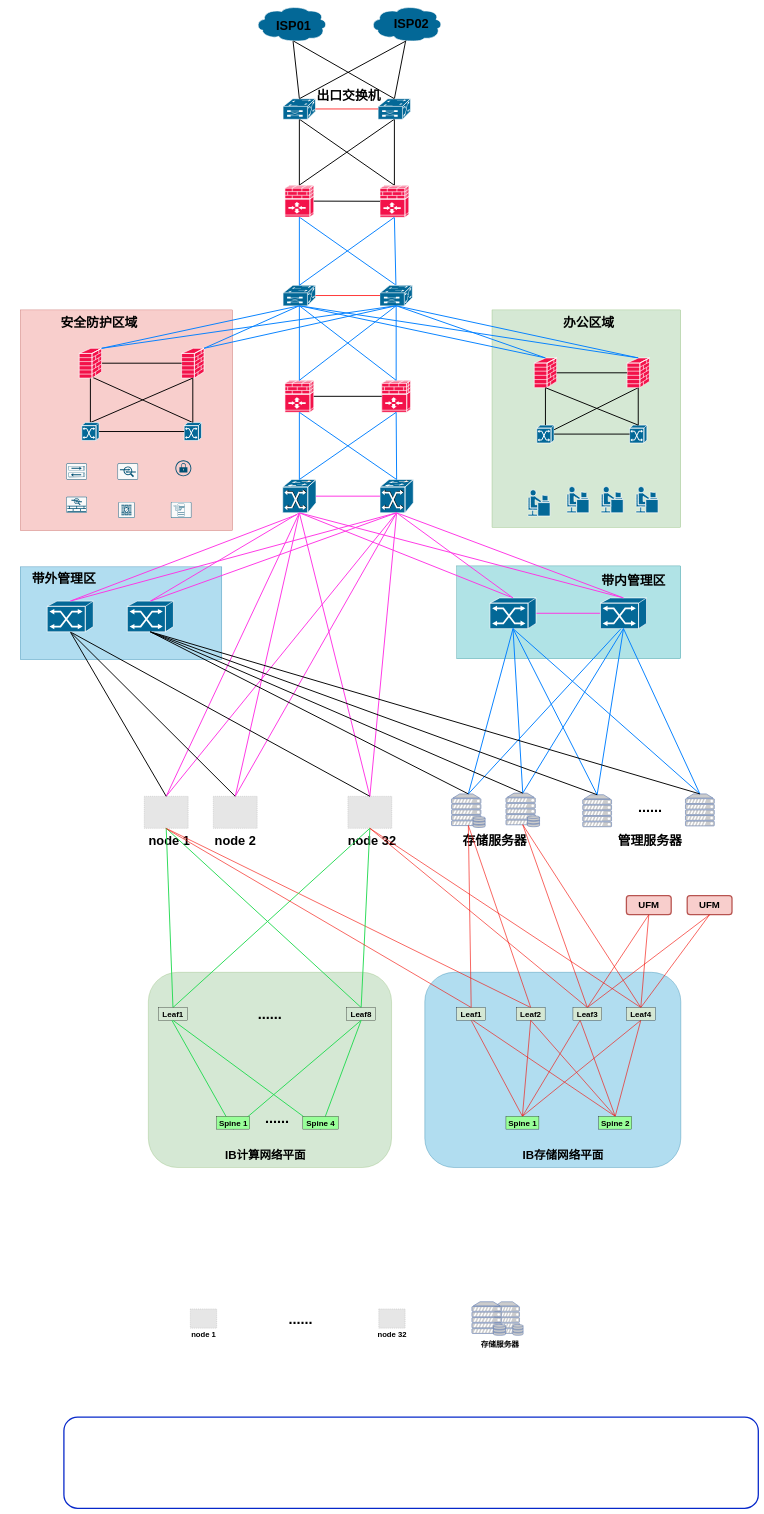
Before: 数据中心组网-32nodes-包括IB整体组网 的副本.drawio in hel-2000/network-draw, a draw.io diagram. Source tidied: cells renumbered, new cells numbered last; positions are measured from the earlier drawing's top-left corner, leaving out a move shared by most shapes. Both pictures are drawn from the tidied source at 32%, with x=0, y=0 at pixel (5, 6). Pictures stored in the file or linked from it are replaced by grey dashed boxes.
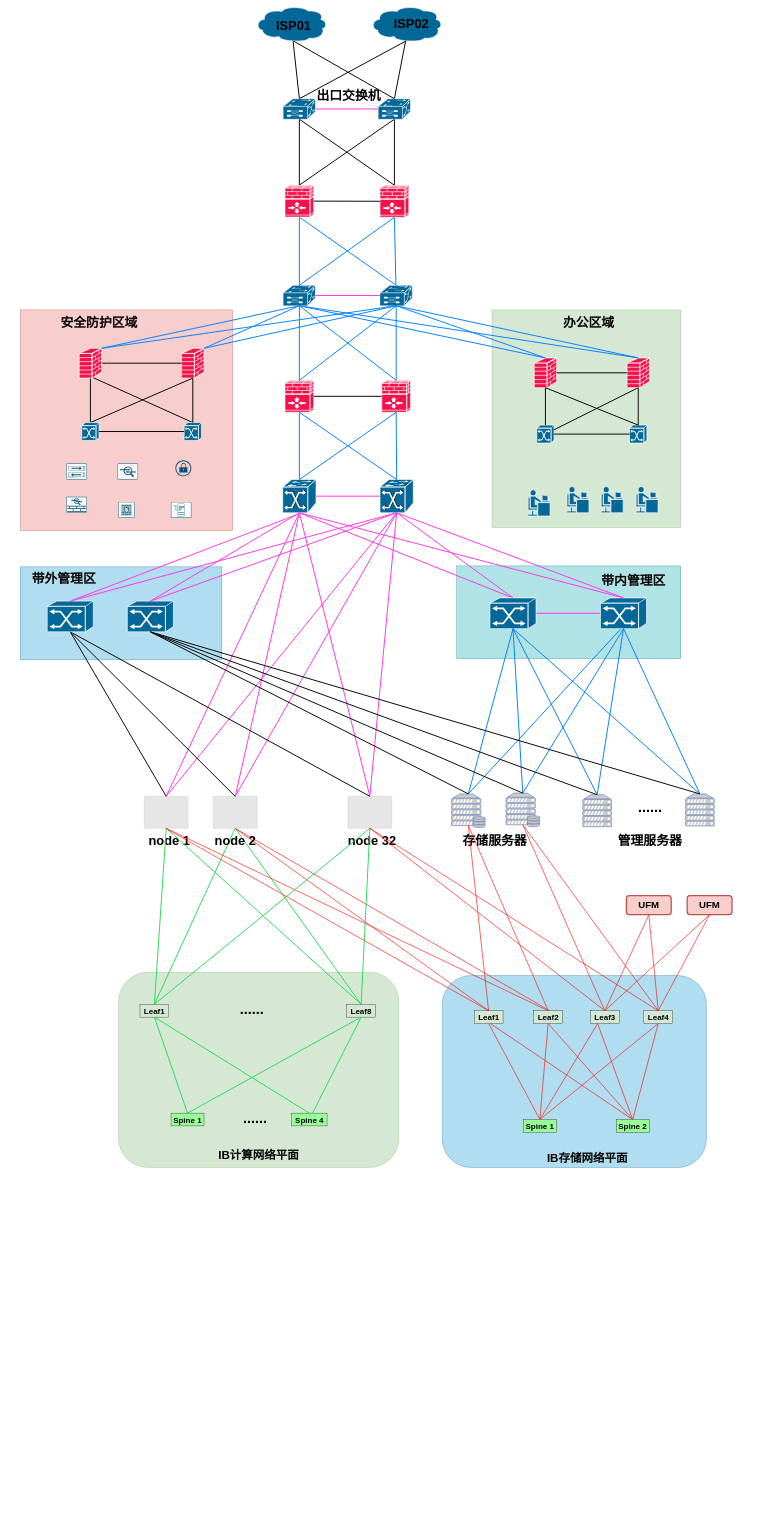
The same diagram, later.

Commit message (it also covers changes not shown here):
更新数据中心组网-32nodes-包括IB整体组网 的副本.drawio

The change refers to these unchanged cells:
```xml
<mxCell id="23" style="fillColor=#E6E6E6;strokeColor=#999999;dashed=1;verticalLabelPosition=bottom;verticalAlign=top;" parent="1" vertex="1">
  <mxGeometry x="649" y="2470" width="137.2" height="100" as="geometry" />
</mxCell>
<mxCell id="46" style="shape=mxgraph.cisco.switches.multiswitch_device;sketch=0;html=1;dashed=0;fillColor=#036897;strokeColor=#ffffff;strokeWidth=2;verticalLabelPosition=bottom;verticalAlign=top;align=center;outlineConnect=0;" parent="1" vertex="1">
  <mxGeometry x="867.5" y="873" width="101" height="64" as="geometry" />
</mxCell>
<mxCell id="48" style="shape=mxgraph.cisco.switches.multiswitch_device;sketch=0;html=1;dashed=0;fillColor=#036897;strokeColor=#ffffff;strokeWidth=2;verticalLabelPosition=bottom;verticalAlign=top;align=center;outlineConnect=0;" parent="1" vertex="1">
  <mxGeometry x="1170" y="873" width="101" height="64" as="geometry" />
</mxCell>
<mxCell id="124" style="shape=mxgraph.cisco.switches.multiswitch_device;sketch=0;html=1;dashed=0;fillColor=#036897;strokeColor=#ffffff;strokeWidth=2;verticalLabelPosition=bottom;verticalAlign=top;align=center;outlineConnect=0;" parent="1" vertex="1">
  <mxGeometry x="867.5" y="290" width="101" height="64" as="geometry" />
</mxCell>
<mxCell id="126" style="shape=mxgraph.cisco.switches.multiswitch_device;sketch=0;html=1;dashed=0;fillColor=#036897;strokeColor=#ffffff;strokeWidth=2;verticalLabelPosition=bottom;verticalAlign=top;align=center;outlineConnect=0;" parent="1" vertex="1">
  <mxGeometry x="1164.5" y="290" width="101" height="64" as="geometry" />
</mxCell>
<mxCell id="137" value="&lt;font style=&quot;font-size: 30px;&quot;&gt;&lt;b&gt;UFM&lt;/b&gt;&lt;/font&gt;" style="rounded=1;whiteSpace=wrap;html=1;strokeColor=#b85450;strokeWidth=4;fillColor=#f8cecc;" parent="1" vertex="1">
  <mxGeometry x="2130" y="2780" width="140" height="60" as="geometry" />
</mxCell>
<mxCell id="157" value="&lt;font style=&quot;font-size: 30px;&quot;&gt;&lt;b&gt;UFM&lt;/b&gt;&lt;/font&gt;" style="rounded=1;whiteSpace=wrap;html=1;strokeColor=#b85450;strokeWidth=4;fillColor=#f8cecc;" parent="1" vertex="1">
  <mxGeometry x="1940" y="2780" width="140" height="60" as="geometry" />
</mxCell>
```

Change to the diagram source:
```diff
@@
-    <mxCell id="2" style="rounded=1;whiteSpace=wrap;html=1;strokeColor=#0728ca;strokeWidth=4;" parent="1" vertex="1">
-      <mxGeometry x="182.2" y="4410" width="2170" height="285" as="geometry" />
-    </mxCell>
+    <mxCell id="136" style="rounded=1;whiteSpace=wrap;html=1;fillColor=#b1ddf0;strokeColor=#10739e;" parent="1" vertex="1">
+      <mxGeometry x="1364.5" y="3030" width="825.5" height="600" as="geometry" />
+    </mxCell>
+    <mxCell id="138" style="rounded=1;whiteSpace=wrap;html=1;fillColor=#d5e8d4;strokeColor=#82b366;" parent="1" vertex="1">
+      <mxGeometry x="352.8" y="3020" width="876.1" height="610" as="geometry" />
+    </mxCell>
@@
+    <mxCell id="191" style="rounded=0;jettySize=auto;html=1;exitX=0.5;exitY=1;exitDx=0;exitDy=0;entryX=0.5;entryY=0;entryDx=0;entryDy=0;endArrow=none;strokeColor=#29db56;endFill=0;strokeWidth=3;" parent="1" edge="1" source="23" target="144">
+      <mxGeometry relative="1" as="geometry" />
+    </mxCell>
+    <mxCell id="192" style="rounded=0;jettySize=auto;html=1;exitX=0.5;exitY=1;exitDx=0;exitDy=0;entryX=0.5;entryY=0;entryDx=0;entryDy=0;endArrow=none;strokeColor=#29db56;endFill=0;strokeWidth=3;" parent="1" edge="1" source="23" target="147">
+      <mxGeometry relative="1" as="geometry" />
+    </mxCell>
+    <mxCell id="193" style="rounded=0;jettySize=auto;html=1;exitX=0.5;exitY=1;exitDx=0;exitDy=0;entryX=0.5;entryY=0;entryDx=0;entryDy=0;endArrow=none;strokeColor=#f5120a;fillColor=#f8cecc;strokeWidth=2;endFill=0;" parent="1" edge="1" source="23" target="165">
+      <mxGeometry relative="1" as="geometry" />
+    </mxCell>
+    <mxCell id="194" style="rounded=0;jettySize=auto;html=1;exitX=0.5;exitY=1;exitDx=0;exitDy=0;endArrow=none;strokeColor=#f5120a;fillColor=#f8cecc;strokeWidth=2;endFill=0;" parent="1" edge="1" source="23">
+      <mxGeometry relative="1" as="geometry">
+        <mxPoint x="1700" y="3140" as="targetPoint" />
+      </mxGeometry>
+    </mxCell>
@@
-    <mxCell id="65" style="rounded=0;jettySize=auto;html=1;exitX=1;exitY=0.5;exitDx=0;exitDy=0;exitPerimeter=0;entryX=0;entryY=0.5;entryDx=0;entryDy=0;entryPerimeter=0;endArrow=none;strokeColor=#FF3333;strokeWidth=3;endFill=0;" parent="1" edge="1" source="46" target="48">
+    <mxCell id="65" style="rounded=0;jettySize=auto;html=1;exitX=1;exitY=0.5;exitDx=0;exitDy=0;exitPerimeter=0;entryX=0;entryY=0.5;entryDx=0;entryDy=0;entryPerimeter=0;endArrow=none;strokeColor=#ff33e4;strokeWidth=3;endFill=0;" parent="1" edge="1" source="46" target="48">
       <mxGeometry relative="1" as="geometry" />
     </mxCell>
@@
-    <mxCell id="133" style="rounded=0;jettySize=auto;html=1;exitX=1;exitY=0.5;exitDx=0;exitDy=0;exitPerimeter=0;entryX=0;entryY=0.5;entryDx=0;entryDy=0;entryPerimeter=0;endArrow=none;strokeColor=#FF3333;strokeWidth=3;endFill=0;" parent="1" edge="1" source="124" target="126">
+    <mxCell id="133" style="rounded=0;jettySize=auto;html=1;exitX=1;exitY=0.5;exitDx=0;exitDy=0;exitPerimeter=0;entryX=0;entryY=0.5;entryDx=0;entryDy=0;entryPerimeter=0;endArrow=none;strokeColor=#ff33e4;strokeWidth=3;endFill=0;" parent="1" edge="1" source="124" target="126">
       <mxGeometry relative="1" as="geometry" />
     </mxCell>
@@
-    <mxCell id="136" style="rounded=1;whiteSpace=wrap;html=1;fillColor=#b1ddf0;strokeColor=#10739e;" parent="1" vertex="1">
-      <mxGeometry x="1310" y="3020" width="800" height="610" as="geometry" />
-    </mxCell>
@@
-    <mxCell id="138" style="rounded=1;whiteSpace=wrap;html=1;fillColor=#d5e8d4;strokeColor=#82b366;" parent="1" vertex="1">
-      <mxGeometry x="446.1" y="3020" width="760" height="610" as="geometry" />
-    </mxCell>
@@
-    <mxCell id="140" style="fillColor=#E6E6E6;strokeColor=#999999;dashed=1;verticalLabelPosition=bottom;verticalAlign=top;" parent="1" vertex="1">
-      <mxGeometry x="577.3" y="4072" width="82.3" height="60" as="geometry" />
-    </mxCell>
-    <mxCell id="141" style="fillColor=#E6E6E6;strokeColor=#999999;dashed=1;verticalLabelPosition=bottom;verticalAlign=top;" parent="1" vertex="1">
-      <mxGeometry x="1166.2" y="4072" width="82.3" height="60" as="geometry" />
-    </mxCell>
@@
     <mxCell id="144" value="&lt;b&gt;&lt;font style=&quot;font-size: 25px;&quot;&gt;Leaf1&lt;/font&gt;&lt;/b&gt;" style="rounded=0;whiteSpace=wrap;html=1;fillColor=#D5E8D4;" parent="1" vertex="1">
-      <mxGeometry x="478" y="3130" width="90" height="40" as="geometry" />
+      <mxGeometry x="420" y="3120" width="90" height="40" as="geometry" />
     </mxCell>
@@
     <mxCell id="147" value="&lt;b style=&quot;&quot;&gt;&lt;font style=&quot;&quot;&gt;&lt;font style=&quot;font-size: 25px;&quot;&gt;Leaf8&lt;/font&gt;&lt;br&gt;&lt;/font&gt;&lt;/b&gt;" style="rounded=0;whiteSpace=wrap;html=1;fillColor=#D5E8D4;" parent="1" vertex="1">
-      <mxGeometry x="1066" y="3130" width="90.2" height="40" as="geometry" />
+      <mxGeometry x="1066" y="3120" width="90.2" height="40" as="geometry" />
     </mxCell>
-    <mxCell id="148" style="edgeStyle=none;rounded=0;jettySize=auto;html=1;exitX=0.5;exitY=1;exitDx=0;exitDy=0;strokeColor=#29db56;endArrow=none;endFill=0;strokeWidth=3;" parent="1" edge="1" source="150">
-      <mxGeometry relative="1" as="geometry">
-        <mxPoint x="519.7" y="3170" as="targetPoint" />
-      </mxGeometry>
+    <mxCell id="148" style="edgeStyle=none;rounded=0;jettySize=auto;html=1;exitX=0.5;exitY=0;exitDx=0;exitDy=0;strokeColor=#29db56;endArrow=none;endFill=0;strokeWidth=3;entryX=0.5;entryY=1;entryDx=0;entryDy=0;" parent="1" edge="1" source="150" target="144">
+      <mxGeometry relative="1" as="geometry" />
     </mxCell>
-    <mxCell id="149" style="rounded=0;jettySize=auto;html=1;exitX=0.5;exitY=1;exitDx=0;exitDy=0;entryX=0.5;entryY=1;entryDx=0;entryDy=0;endArrow=none;strokeColor=#29db56;endFill=0;strokeWidth=3;" parent="1" edge="1" source="150" target="147">
+    <mxCell id="149" style="rounded=0;jettySize=auto;html=1;exitX=0.5;exitY=0;exitDx=0;exitDy=0;entryX=0.5;entryY=1;entryDx=0;entryDy=0;endArrow=none;strokeColor=#29db56;endFill=0;strokeWidth=3;" parent="1" edge="1" source="150" target="147">
       <mxGeometry relative="1" as="geometry" />
     </mxCell>
     <mxCell id="150" value="&lt;b&gt;&lt;font style=&quot;font-size: 25px;&quot;&gt;Spine 1&lt;/font&gt;&lt;/b&gt;" style="rounded=0;whiteSpace=wrap;html=1;fillColor=#99FF99;" parent="1" vertex="1">
-      <mxGeometry x="659.7" y="3470" width="103" height="40" as="geometry" />
+      <mxGeometry x="517" y="3460" width="103" height="40" as="geometry" />
     </mxCell>
-    <mxCell id="151" style="edgeStyle=none;rounded=0;jettySize=auto;html=1;exitX=0.5;exitY=1;exitDx=0;exitDy=0;entryX=0.5;entryY=1;entryDx=0;entryDy=0;endArrow=none;strokeColor=#29db56;endFill=0;strokeWidth=3;" parent="1" edge="1" source="153" target="144">
+    <mxCell id="151" style="edgeStyle=none;rounded=0;jettySize=auto;html=1;exitX=0.5;exitY=0;exitDx=0;exitDy=0;entryX=0.5;entryY=1;entryDx=0;entryDy=0;endArrow=none;strokeColor=#29db56;endFill=0;strokeWidth=3;" parent="1" edge="1" source="153" target="144">
       <mxGeometry relative="1" as="geometry" />
     </mxCell>
-    <mxCell id="152" style="rounded=0;jettySize=auto;html=1;exitX=0.5;exitY=1;exitDx=0;exitDy=0;endArrow=none;strokeColor=#29db56;endFill=0;strokeWidth=3;entryX=0.5;entryY=1;entryDx=0;entryDy=0;" parent="1" edge="1" source="153" target="147">
+    <mxCell id="152" style="rounded=0;jettySize=auto;html=1;endArrow=none;strokeColor=#29db56;endFill=0;strokeWidth=3;entryX=0.5;entryY=1;entryDx=0;entryDy=0;" parent="1" edge="1" source="153" target="147">
       <mxGeometry relative="1" as="geometry" />
     </mxCell>
     <mxCell id="153" value="&lt;b&gt;&lt;font style=&quot;font-size: 25px;&quot;&gt;Spine 4&lt;/font&gt;&lt;/b&gt;" style="rounded=0;whiteSpace=wrap;html=1;fillColor=#99FF99;" parent="1" vertex="1">
-      <mxGeometry x="928.9" y="3470" width="110.8" height="40" as="geometry" />
+      <mxGeometry x="893.7" y="3460" width="110.8" height="40" as="geometry" />
     </mxCell>
     <mxCell id="154" value="&lt;b style=&quot;&quot;&gt;&lt;font style=&quot;font-size: 36px;&quot;&gt;IB计算网络平面&lt;/font&gt;&lt;/b&gt;" style="text;strokeColor=none;align=center;fillColor=none;html=1;verticalAlign=middle;whiteSpace=wrap;rounded=0;" parent="1" vertex="1">
-      <mxGeometry x="612" y="3560" width="400.1" height="60" as="geometry" />
+      <mxGeometry x="590.8" y="3560" width="400.1" height="60" as="geometry" />
     </mxCell>
     <mxCell id="155" style="edgeStyle=none;rounded=0;orthogonalLoop=1;jettySize=auto;html=1;exitX=0.5;exitY=1;exitDx=0;exitDy=0;" parent="1" edge="1">
       <mxGeometry relative="1" as="geometry">
-        <mxPoint x="802.7" y="3490" as="sourcePoint" />
-        <mxPoint x="802.7" y="3490" as="targetPoint" />
+        <mxPoint x="802.7" y="3480" as="sourcePoint" />
+        <mxPoint x="802.7" y="3480" as="targetPoint" />
       </mxGeometry>
     </mxCell>
-    <mxCell id="156" style="rounded=0;jettySize=auto;html=1;endArrow=none;strokeColor=#f5120a;fillColor=#f8cecc;strokeWidth=2;endFill=0;exitX=0.5;exitY=1;exitDx=0;exitDy=0;" parent="1" edge="1" source="157">
-      <mxGeometry relative="1" as="geometry">
-        <mxPoint x="1818" y="3130" as="targetPoint" />
-      </mxGeometry>
+    <mxCell id="156" style="rounded=0;jettySize=auto;html=1;endArrow=none;strokeColor=#f5120a;fillColor=#f8cecc;strokeWidth=2;endFill=0;exitX=0.5;exitY=1;exitDx=0;exitDy=0;entryX=0.5;entryY=0;entryDx=0;entryDy=0;" parent="1" edge="1" source="157" target="180">
+      <mxGeometry relative="1" as="geometry" />
     </mxCell>
@@
-    <mxCell id="158" value="&lt;font size=&quot;1&quot; style=&quot;&quot;&gt;&lt;b style=&quot;font-size: 45px;&quot;&gt;...&lt;/b&gt;&lt;/font&gt;&lt;b style=&quot;border-color: var(--border-color); font-size: 45px;&quot;&gt;...&lt;/b&gt;" style="text;strokeColor=none;align=center;fillColor=none;html=1;verticalAlign=middle;whiteSpace=wrap;rounded=0;" parent="1" vertex="1">
-      <mxGeometry x="862.3" y="4087" width="120" height="30" as="geometry" />
-    </mxCell>
-    <mxCell id="159" value="&lt;font style=&quot;font-size: 24px;&quot;&gt;&lt;b&gt;node 1&lt;/b&gt;&lt;/font&gt;" style="text;strokeColor=none;align=center;fillColor=none;html=1;verticalAlign=middle;whiteSpace=wrap;rounded=0;" parent="1" vertex="1">
-      <mxGeometry x="567.3" y="4132" width="103.8" height="40" as="geometry" />
-    </mxCell>
-    <mxCell id="160" value="&lt;font style=&quot;font-size: 24px;&quot;&gt;&lt;b&gt;node 32&lt;/b&gt;&lt;/font&gt;" style="text;strokeColor=none;align=center;fillColor=none;html=1;verticalAlign=middle;whiteSpace=wrap;rounded=0;" parent="1" vertex="1">
-      <mxGeometry x="1156.2" y="4132" width="103.8" height="40" as="geometry" />
-    </mxCell>
     <mxCell id="161" value="&lt;font size=&quot;1&quot; style=&quot;&quot;&gt;&lt;b style=&quot;font-size: 45px;&quot;&gt;...&lt;/b&gt;&lt;/font&gt;&lt;b style=&quot;border-color: var(--border-color); font-size: 45px;&quot;&gt;...&lt;/b&gt;" style="text;strokeColor=none;align=center;fillColor=none;html=1;verticalAlign=middle;whiteSpace=wrap;rounded=0;" parent="1" vertex="1">
-      <mxGeometry x="766.1" y="3135" width="120" height="30" as="geometry" />
+      <mxGeometry x="709.8" y="3120" width="120" height="30" as="geometry" />
     </mxCell>
     <mxCell id="162" value="&lt;font size=&quot;1&quot; style=&quot;&quot;&gt;&lt;b style=&quot;font-size: 45px;&quot;&gt;...&lt;/b&gt;&lt;/font&gt;&lt;b style=&quot;border-color: var(--border-color); font-size: 45px;&quot;&gt;...&lt;/b&gt;" style="text;strokeColor=none;align=center;fillColor=none;html=1;verticalAlign=middle;whiteSpace=wrap;rounded=0;" parent="1" vertex="1">
-      <mxGeometry x="789.2" y="3460" width="120" height="30" as="geometry" />
+      <mxGeometry x="720" y="3460" width="120" height="30" as="geometry" />
     </mxCell>
@@
     <mxCell id="164" style="rounded=0;jettySize=auto;html=1;entryX=0.5;entryY=0;entryDx=0;entryDy=0;fillColor=#f8cecc;strokeColor=#f5120a;strokeWidth=2;endArrow=none;endFill=0;" parent="1" edge="1" target="172">
       <mxGeometry relative="1" as="geometry">
-        <mxPoint x="1455" y="3170" as="sourcePoint" />
+        <mxPoint x="1509.5" y="3180" as="sourcePoint" />
       </mxGeometry>
     </mxCell>
     <mxCell id="165" value="&lt;b&gt;&lt;font style=&quot;font-size: 25px;&quot;&gt;Leaf1&lt;/font&gt;&lt;/b&gt;" style="rounded=0;whiteSpace=wrap;html=1;fillColor=#D5E8D4;" parent="1" vertex="1">
-      <mxGeometry x="1410" y="3130" width="90" height="40" as="geometry" />
+      <mxGeometry x="1464.5" y="3140" width="90" height="40" as="geometry" />
     </mxCell>
@@
     <mxCell id="168" style="rounded=0;orthogonalLoop=1;jettySize=auto;html=1;endArrow=none;strokeColor=#f5120a;fillColor=#f8cecc;strokeWidth=2;endFill=0;" parent="1" edge="1">
       <mxGeometry relative="1" as="geometry">
-        <mxPoint x="1641" y="3170" as="sourcePoint" />
-        <mxPoint x="1615" y="3470" as="targetPoint" />
+        <mxPoint x="1695.5" y="3180" as="sourcePoint" />
+        <mxPoint x="1669.5" y="3480" as="targetPoint" />
       </mxGeometry>
     </mxCell>
     <mxCell id="169" value="&lt;b&gt;&lt;font style=&quot;font-size: 25px;&quot;&gt;Leaf2&lt;/font&gt;&lt;/b&gt;" style="rounded=0;whiteSpace=wrap;html=1;fillColor=#D5E8D4;" parent="1" vertex="1">
-      <mxGeometry x="1596" y="3130" width="90" height="40" as="geometry" />
+      <mxGeometry x="1650.5" y="3140" width="90" height="40" as="geometry" />
     </mxCell>
@@
     <mxCell id="171" style="rounded=0;jettySize=auto;html=1;endArrow=none;strokeColor=#f5120a;fillColor=#f8cecc;strokeWidth=2;endFill=0;entryX=0.5;entryY=1;entryDx=0;entryDy=0;" parent="1" edge="1" target="185">
       <mxGeometry relative="1" as="geometry">
-        <mxPoint x="1615" y="3470" as="sourcePoint" />
+        <mxPoint x="1669.5" y="3480" as="sourcePoint" />
       </mxGeometry>
     </mxCell>
     <mxCell id="172" value="&lt;b&gt;&lt;font style=&quot;font-size: 25px;&quot;&gt;Spine 1&lt;/font&gt;&lt;/b&gt;" style="rounded=0;whiteSpace=wrap;html=1;fillColor=#99FF99;" parent="1" vertex="1">
-      <mxGeometry x="1563.6" y="3470" width="103" height="40" as="geometry" />
+      <mxGeometry x="1618.1" y="3480" width="103" height="40" as="geometry" />
     </mxCell>
     <mxCell id="173" style="rounded=0;jettySize=auto;html=1;exitX=0.5;exitY=0;exitDx=0;exitDy=0;endArrow=none;strokeColor=#f5120a;fillColor=#f8cecc;strokeWidth=2;endFill=0;" parent="1" edge="1" source="177">
       <mxGeometry relative="1" as="geometry">
-        <mxPoint x="1460" y="3170" as="targetPoint" />
+        <mxPoint x="1514.5" y="3180" as="targetPoint" />
       </mxGeometry>
     </mxCell>
@@
     <mxCell id="177" value="&lt;b&gt;&lt;font style=&quot;font-size: 25px;&quot;&gt;Spine 2&lt;/font&gt;&lt;/b&gt;" style="rounded=0;whiteSpace=wrap;html=1;fillColor=#99FF99;" parent="1" vertex="1">
-      <mxGeometry x="1853.6" y="3470" width="103" height="40" as="geometry" />
+      <mxGeometry x="1908.1" y="3480" width="103" height="40" as="geometry" />
     </mxCell>
@@
-    <mxCell id="179" style="rounded=0;jettySize=auto;html=1;exitX=0.5;exitY=0;exitDx=0;exitDy=0;entryX=0.5;entryY=1;entryDx=0;entryDy=0;endArrow=none;strokeColor=#f5120a;fillColor=#f8cecc;strokeWidth=2;endFill=0;" parent="1" edge="1" source="180" target="137">
+    <mxCell id="179" style="rounded=0;jettySize=auto;html=1;entryX=0.5;entryY=1;entryDx=0;entryDy=0;endArrow=none;strokeColor=#f5120a;fillColor=#f8cecc;strokeWidth=2;endFill=0;exitX=0.5;exitY=0;exitDx=0;exitDy=0;" parent="1" edge="1" source="180" target="137">
       <mxGeometry relative="1" as="geometry" />
     </mxCell>
     <mxCell id="180" value="&lt;b&gt;&lt;font style=&quot;font-size: 25px;&quot;&gt;Leaf3&lt;/font&gt;&lt;/b&gt;" style="rounded=0;whiteSpace=wrap;html=1;fillColor=#D5E8D4;" parent="1" vertex="1">
-      <mxGeometry x="1773" y="3130" width="90" height="40" as="geometry" />
+      <mxGeometry x="1827.5" y="3140" width="90" height="40" as="geometry" />
     </mxCell>
@@
     <mxCell id="185" value="&lt;b&gt;&lt;font style=&quot;font-size: 25px;&quot;&gt;Leaf4&lt;/font&gt;&lt;/b&gt;" style="rounded=0;whiteSpace=wrap;html=1;fillColor=#D5E8D4;" parent="1" vertex="1">
-      <mxGeometry x="1940" y="3130" width="90" height="40" as="geometry" />
+      <mxGeometry x="1994.5" y="3140" width="90" height="40" as="geometry" />
     </mxCell>
-    <mxCell id="186" style="fontColor=#0066CC;verticalAlign=top;verticalLabelPosition=bottom;labelPosition=center;align=center;html=1;fillColor=#CCCCCC;strokeColor=#6881B3;gradientColor=none;gradientDirection=north;strokeWidth=2;shape=mxgraph.networks.server_storage;" parent="1" vertex="1">
-      <mxGeometry x="1527.3" y="4049.5" width="90" height="105" as="geometry" />
-    </mxCell>
@@
-    <mxCell id="188" style="fontColor=#0066CC;verticalAlign=top;verticalLabelPosition=bottom;labelPosition=center;align=center;html=1;fillColor=#CCCCCC;strokeColor=#6881B3;gradientColor=none;gradientDirection=north;strokeWidth=2;shape=mxgraph.networks.server_storage;" parent="1" vertex="1">
-      <mxGeometry x="1457.3" y="4049.5" width="105" height="105" as="geometry" />
-    </mxCell>
     <mxCell id="189" value="&lt;b style=&quot;&quot;&gt;&lt;font style=&quot;font-size: 36px;&quot;&gt;IB存储网络平面&lt;/font&gt;&lt;/b&gt;" style="text;strokeColor=none;align=center;fillColor=none;html=1;verticalAlign=middle;whiteSpace=wrap;rounded=0;" parent="1" vertex="1">
-      <mxGeometry x="1541.9" y="3560" width="400.1" height="60" as="geometry" />
+      <mxGeometry x="1618.1" y="3570" width="400.1" height="60" as="geometry" />
     </mxCell>
-    <mxCell id="190" value="&lt;font style=&quot;font-size: 24px;&quot;&gt;&lt;b&gt;存储服务器&lt;/b&gt;&lt;/font&gt;" style="text;strokeColor=none;align=center;fillColor=none;html=1;verticalAlign=middle;whiteSpace=wrap;rounded=0;" parent="1" vertex="1">
-      <mxGeometry x="1460.3" y="4162" width="170" height="40" as="geometry" />
-    </mxCell>
+    <mxCell id="195" style="edgeStyle=orthogonalEdgeStyle;rounded=0;orthogonalLoop=1;jettySize=auto;html=1;exitX=0.5;exitY=1;exitDx=0;exitDy=0;" parent="1" edge="1" source="161" target="161">
+      <mxGeometry relative="1" as="geometry" />
+    </mxCell>
```
